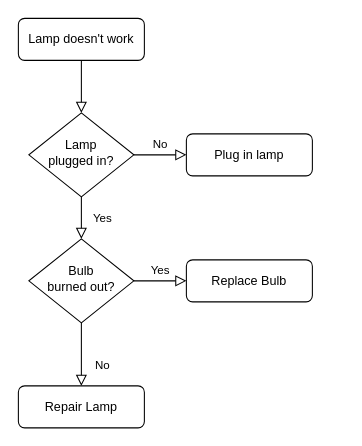
This is 제목 없는 다이어그램.drawio from LeeDaehong/LeeDaeHong, a draw.io file, before an edit. Source tidied: cells renumbered, new cells numbered last; positions are measured from the earlier drawing's top-left corner, leaving out a move shared by most shapes. Both pictures are drawn from the tidied source at 105%, with x=0, y=0 at pixel (18, 18).
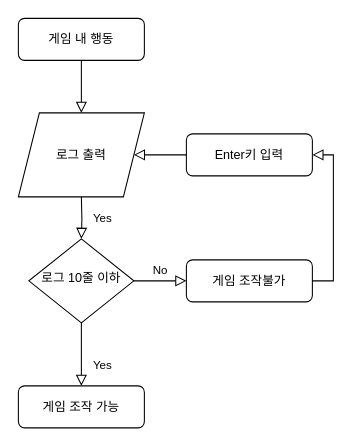
After the change.

Commit message:
캡스톤 로그 출력 순서도

The edit, as a diff of the source:
```diff
@@
 <mxGraphModel>
   <root>
     <mxCell id="0" />
     <mxCell id="1" parent="0" />
-    <mxCell id="2" style="rounded=0;html=1;jettySize=auto;fontSize=11;endArrow=block;endFill=0;endSize=8;strokeWidth=1;shadow=0;labelBackgroundColor=none;edgeStyle=orthogonalEdgeStyle;" parent="1" edge="1" source="3" target="6">
-      <mxGeometry relative="1" as="geometry" />
+    <mxCell id="2" style="rounded=0;html=1;jettySize=auto;fontSize=11;endArrow=block;endFill=0;endSize=8;strokeWidth=1;shadow=0;labelBackgroundColor=none;edgeStyle=orthogonalEdgeStyle;" parent="1" edge="1" source="3">
+      <mxGeometry relative="1" as="geometry">
+        <mxPoint x="60" y="90" as="targetPoint" />
+      </mxGeometry>
     </mxCell>
-    <mxCell id="3" value="Lamp doesn't work" style="rounded=1;whiteSpace=wrap;html=1;fontSize=12;glass=0;strokeWidth=1;shadow=0;" parent="1" vertex="1">
+    <mxCell id="3" value="게임 내 행동" style="rounded=1;whiteSpace=wrap;html=1;fontSize=12;glass=0;strokeWidth=1;shadow=0;" parent="1" vertex="1">
       <mxGeometry width="120" height="40" as="geometry" />
     </mxCell>
-    <mxCell id="4" value="Yes" style="rounded=0;html=1;jettySize=auto;fontSize=11;endArrow=block;endFill=0;endSize=8;strokeWidth=1;shadow=0;labelBackgroundColor=none;edgeStyle=orthogonalEdgeStyle;" parent="1" edge="1" source="6" target="10">
-      <mxGeometry y="20" relative="1" as="geometry" />
+    <mxCell id="4" value="Yes" style="rounded=0;html=1;jettySize=auto;fontSize=11;endArrow=block;endFill=0;endSize=8;strokeWidth=1;shadow=0;labelBackgroundColor=none;edgeStyle=orthogonalEdgeStyle;" parent="1" edge="1" target="10">
+      <mxGeometry y="20" relative="1" as="geometry">
+        <mxPoint x="60" y="170" as="sourcePoint" />
+      </mxGeometry>
     </mxCell>
-    <mxCell id="5" value="No" style="edgeStyle=orthogonalEdgeStyle;rounded=0;html=1;jettySize=auto;fontSize=11;endArrow=block;endFill=0;endSize=8;strokeWidth=1;shadow=0;labelBackgroundColor=none;" parent="1" edge="1" source="6" target="7">
-      <mxGeometry y="10" relative="1" as="geometry" />
-    </mxCell>
-    <mxCell id="6" value="Lamp&lt;br&gt;plugged in?" style="rhombus;whiteSpace=wrap;html=1;shadow=0;fontFamily=Helvetica;fontSize=12;align=center;strokeWidth=1;spacing=6;spacingTop=-4;" parent="1" vertex="1">
-      <mxGeometry x="10" y="90" width="100" height="80" as="geometry" />
-    </mxCell>
-    <mxCell id="7" value="Plug in lamp" style="rounded=1;whiteSpace=wrap;html=1;fontSize=12;glass=0;strokeWidth=1;shadow=0;" parent="1" vertex="1">
-      <mxGeometry x="160" y="110" width="120" height="40" as="geometry" />
-    </mxCell>
-    <mxCell id="8" value="No" style="rounded=0;html=1;jettySize=auto;fontSize=11;endArrow=block;endFill=0;endSize=8;strokeWidth=1;shadow=0;labelBackgroundColor=none;edgeStyle=orthogonalEdgeStyle;" parent="1" edge="1" source="10" target="11">
+    <mxCell id="8" value="Yes" style="rounded=0;html=1;jettySize=auto;fontSize=11;endArrow=block;endFill=0;endSize=8;strokeWidth=1;shadow=0;labelBackgroundColor=none;edgeStyle=orthogonalEdgeStyle;" parent="1" edge="1" source="10" target="11">
       <mxGeometry x="0.33" y="20" relative="1" as="geometry" />
     </mxCell>
-    <mxCell id="9" value="Yes" style="edgeStyle=orthogonalEdgeStyle;rounded=0;html=1;jettySize=auto;fontSize=11;endArrow=block;endFill=0;endSize=8;strokeWidth=1;shadow=0;labelBackgroundColor=none;" parent="1" edge="1" source="10" target="12">
+    <mxCell id="9" value="No" style="edgeStyle=orthogonalEdgeStyle;rounded=0;html=1;jettySize=auto;fontSize=11;endArrow=block;endFill=0;endSize=8;strokeWidth=1;shadow=0;labelBackgroundColor=none;" parent="1" edge="1" source="10" target="12">
       <mxGeometry y="10" relative="1" as="geometry" />
     </mxCell>
-    <mxCell id="10" value="Bulb&lt;br&gt;burned out?" style="rhombus;whiteSpace=wrap;html=1;shadow=0;fontFamily=Helvetica;fontSize=12;align=center;strokeWidth=1;spacing=6;spacingTop=-4;" parent="1" vertex="1">
+    <mxCell id="10" value="로그 10줄 이하" style="rhombus;whiteSpace=wrap;html=1;shadow=0;fontFamily=Helvetica;fontSize=12;align=center;strokeWidth=1;spacing=6;spacingTop=-4;" parent="1" vertex="1">
       <mxGeometry x="10" y="210" width="100" height="80" as="geometry" />
     </mxCell>
-    <mxCell id="11" value="Repair Lamp" style="rounded=1;whiteSpace=wrap;html=1;fontSize=12;glass=0;strokeWidth=1;shadow=0;" parent="1" vertex="1">
+    <mxCell id="11" value="게임 조작 가능" style="rounded=1;whiteSpace=wrap;html=1;fontSize=12;glass=0;strokeWidth=1;shadow=0;" parent="1" vertex="1">
       <mxGeometry y="350" width="120" height="40" as="geometry" />
     </mxCell>
-    <mxCell id="12" value="Replace Bulb" style="rounded=1;whiteSpace=wrap;html=1;fontSize=12;glass=0;strokeWidth=1;shadow=0;" parent="1" vertex="1">
+    <mxCell id="12" value="게임 조작불가" style="rounded=1;whiteSpace=wrap;html=1;fontSize=12;glass=0;strokeWidth=1;shadow=0;" parent="1" vertex="1">
       <mxGeometry x="160" y="230" width="120" height="40" as="geometry" />
     </mxCell>
+    <mxCell id="13" style="edgeStyle=orthogonalEdgeStyle;rounded=0;html=1;jettySize=auto;fontSize=11;endArrow=block;endFill=0;endSize=8;strokeWidth=1;shadow=0;labelBackgroundColor=none;exitX=1;exitY=0.5;exitDx=0;exitDy=0;entryX=1;entryY=0.5;entryDx=0;entryDy=0;" parent="1" edge="1" source="12" target="14">
+      <mxGeometry y="10" relative="1" as="geometry" />
+    </mxCell>
+    <mxCell id="14" value="Enter키 입력" style="rounded=1;whiteSpace=wrap;html=1;fontSize=12;glass=0;strokeWidth=1;shadow=0;" parent="1" vertex="1">
+      <mxGeometry x="160" y="110" width="120" height="40" as="geometry" />
+    </mxCell>
+    <mxCell id="15" value="로그 출력" style="shape=parallelogram;perimeter=parallelogramPerimeter;whiteSpace=wrap;html=1;fixedSize=1;" parent="1" vertex="1">
+      <mxGeometry y="90" width="120" height="80" as="geometry" />
+    </mxCell>
+    <mxCell id="16" style="edgeStyle=orthogonalEdgeStyle;rounded=0;html=1;jettySize=auto;fontSize=11;endArrow=block;endFill=0;endSize=8;strokeWidth=1;shadow=0;labelBackgroundColor=none;exitX=0;exitY=0.5;exitDx=0;exitDy=0;entryX=1;entryY=0.5;entryDx=0;entryDy=0;" parent="1" edge="1" source="14" target="15">
+      <mxGeometry y="10" relative="1" as="geometry" />
+    </mxCell>
   </root>
 </mxGraphModel>
```
